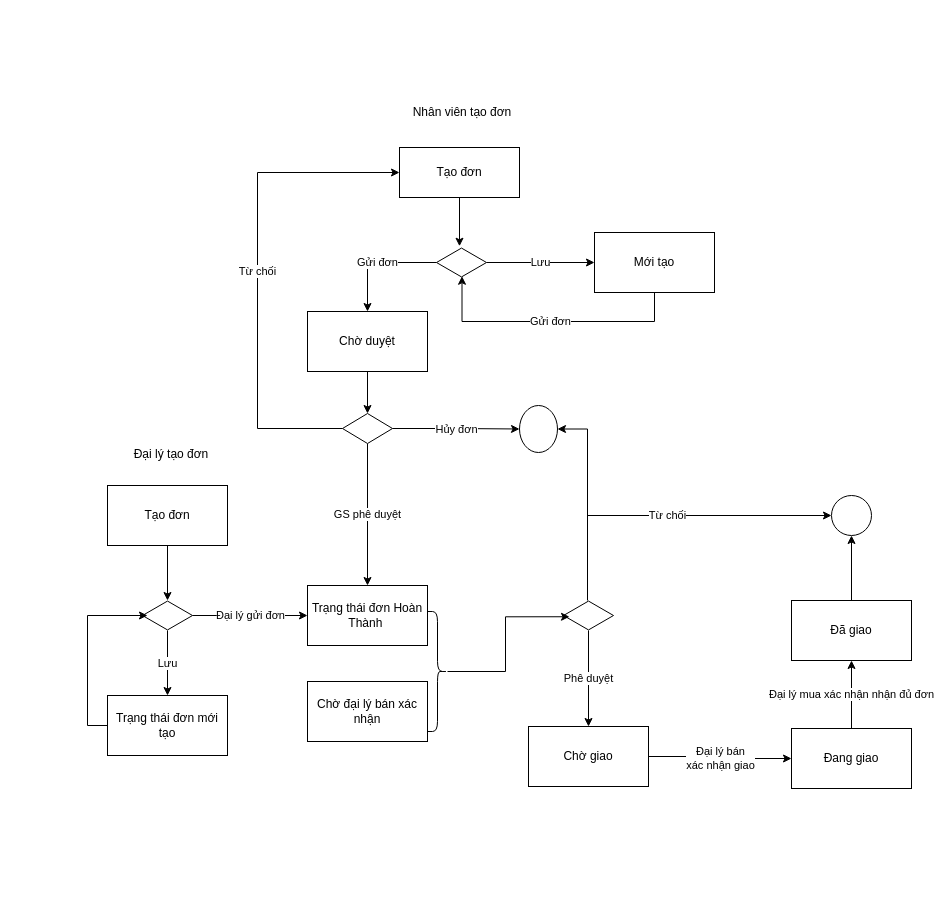
This is Biểu đồ không có tiêu đề.drawio from ThomNguyen0796/management, a draw.io file, before an edit. Source tidied: cells renumbered, new cells numbered last; positions are measured from the earlier drawing's top-left corner, leaving out a move shared by most shapes. Both pictures are drawn from the tidied source at 100%, with x=0, y=0 at pixel (87, 97).
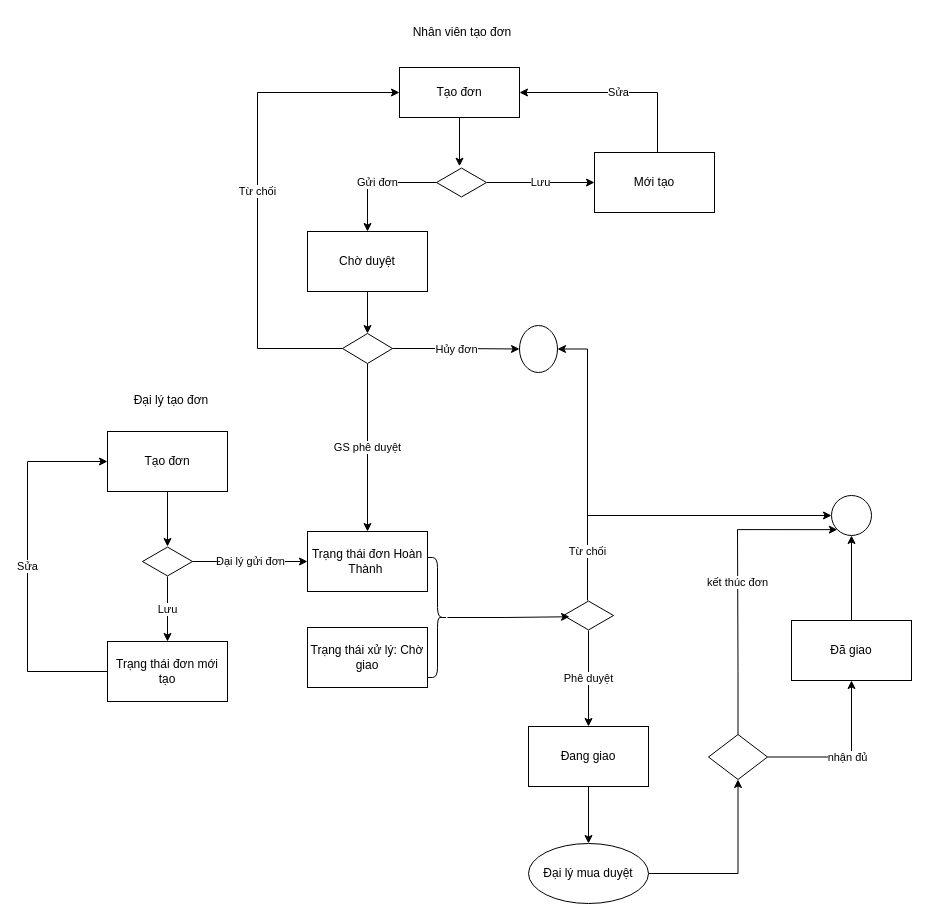
Above is the later version.

Commit message:
Cập nhật Biểu đồ không có tiêu đề.drawio

Unchanged cells that the change refers to:
```xml
<mxCell id="11" style="ellipse;whiteSpace=wrap;html=1;rounded=0;" parent="1" vertex="1">
  <mxGeometry x="744" y="398" width="40" height="40" as="geometry" />
</mxCell>
<mxCell id="20" style="html=1;whiteSpace=wrap;shape=isoRectangle;" parent="1" vertex="1">
  <mxGeometry x="476" y="503" width="50" height="30" as="geometry" />
</mxCell>
```

What changed in the source:
```diff
@@
     <mxCell id="3" value="Tạo đơn" style="rounded=0;whiteSpace=wrap;html=1;" parent="1" vertex="1">
-      <mxGeometry x="20" y="388" width="120" height="60" as="geometry" />
+      <mxGeometry x="20" y="334" width="120" height="60" as="geometry" />
     </mxCell>
     <mxCell id="4" value="Trạng thái đơn Hoàn Thành&amp;nbsp;" style="rounded=0;whiteSpace=wrap;html=1;" parent="1" vertex="1">
-      <mxGeometry x="220" y="488" width="120" height="60" as="geometry" />
+      <mxGeometry x="220" y="434" width="120" height="60" as="geometry" />
     </mxCell>
-    <mxCell id="5" value="Đại lý bán &lt;br&gt;xác nhận giao" style="edgeStyle=orthogonalEdgeStyle;rounded=0;jettySize=auto;html=1;" parent="1" edge="1" source="6" target="8">
-      <mxGeometry relative="1" as="geometry" />
-    </mxCell>
+    <mxCell id="40" style="edgeStyle=orthogonalEdgeStyle;rounded=0;jettySize=auto;html=1;" parent="1" edge="1" source="6" target="46">
+      <mxGeometry relative="1" as="geometry" />
+    </mxCell>
-    <mxCell id="6" value="Chờ giao" style="rounded=0;whiteSpace=wrap;html=1;" parent="1" vertex="1">
+    <mxCell id="6" value="Đang giao" style="rounded=0;whiteSpace=wrap;html=1;" parent="1" vertex="1">
       <mxGeometry x="441" y="629" width="120" height="60" as="geometry" />
     </mxCell>
-    <mxCell id="7" value="Đại lý mua xác nhận nhận đủ đơn" style="edgeStyle=orthogonalEdgeStyle;rounded=0;jettySize=auto;html=1;" parent="1" edge="1" source="8" target="10">
-      <mxGeometry relative="1" as="geometry" />
-    </mxCell>
-    <mxCell id="8" value="Đang giao" style="rounded=0;whiteSpace=wrap;html=1;" parent="1" vertex="1">
-      <mxGeometry x="704" y="631" width="120" height="60" as="geometry" />
-    </mxCell>
@@
     <mxCell id="10" value="Đã giao" style="whiteSpace=wrap;html=1;rounded=0;" parent="1" vertex="1">
-      <mxGeometry x="704" y="503" width="120" height="60" as="geometry" />
+      <mxGeometry x="704" y="523" width="120" height="60" as="geometry" />
     </mxCell>
@@
     <mxCell id="14" style="html=1;whiteSpace=wrap;shape=isoRectangle;" parent="1" vertex="1">
-      <mxGeometry x="55" y="503" width="50" height="30" as="geometry" />
+      <mxGeometry x="55" y="449" width="50" height="30" as="geometry" />
     </mxCell>
-    <mxCell id="15" style="edgeStyle=orthogonalEdgeStyle;rounded=0;jettySize=auto;html=1;entryX=0.1;entryY=0.5;entryDx=0;entryDy=0;entryPerimeter=0;exitX=0;exitY=0.5;exitDx=0;exitDy=0;" parent="1" edge="1" source="16" target="14">
+    <mxCell id="15" value="Sửa" style="edgeStyle=orthogonalEdgeStyle;rounded=0;jettySize=auto;html=1;entryX=0;entryY=0.5;entryDx=0;entryDy=0;exitX=0;exitY=0.5;exitDx=0;exitDy=0;" parent="1" edge="1" source="16" target="3">
       <mxGeometry relative="1" as="geometry">
         <Array as="points">
-          <mxPoint y="628" />
-          <mxPoint y="518" />
+          <mxPoint x="-60" y="574" />
+          <mxPoint x="-60" y="364" />
         </Array>
       </mxGeometry>
     </mxCell>
     <mxCell id="16" value="Trạng thái đơn mới tạo" style="whiteSpace=wrap;html=1;" parent="1" vertex="1">
-      <mxGeometry x="20" y="598" width="120" height="60" as="geometry" />
+      <mxGeometry x="20" y="544" width="120" height="60" as="geometry" />
     </mxCell>
@@
     <mxCell id="18" value="Từ chối" style="edgeStyle=orthogonalEdgeStyle;rounded=0;jettySize=auto;html=1;entryX=0;entryY=0.5;entryDx=0;entryDy=0;" parent="1" edge="1" source="20" target="11">
-      <mxGeometry relative="1" as="geometry">
+      <mxGeometry x="-0.7" relative="1" as="geometry">
         <Array as="points">
           <mxPoint x="500" y="418" />
         </Array>
       </mxGeometry>
     </mxCell>
     <mxCell id="19" style="edgeStyle=orthogonalEdgeStyle;rounded=0;jettySize=auto;html=1;entryX=1;entryY=0.5;entryDx=0;entryDy=0;" parent="1" edge="1" target="39">
       <mxGeometry relative="1" as="geometry">
         <mxPoint x="500" y="424" as="sourcePoint" />
         <Array as="points">
-          <mxPoint x="500" y="332" />
+          <mxPoint x="500" y="252" />
         </Array>
       </mxGeometry>
     </mxCell>
@@
     <mxCell id="21" value="Đại lý tạo đơn" style="text;html=1;strokeColor=none;fillColor=none;align=center;verticalAlign=middle;whiteSpace=wrap;rounded=0;" parent="1" vertex="1">
-      <mxGeometry x="29" y="342" width="110" height="30" as="geometry" />
+      <mxGeometry x="29" y="288" width="110" height="30" as="geometry" />
     </mxCell>
     <mxCell id="22" value="Nhân viên tạo đơn" style="text;html=1;strokeColor=none;fillColor=none;align=center;verticalAlign=middle;whiteSpace=wrap;rounded=0;" parent="1" vertex="1">
-      <mxGeometry x="320" width="110" height="30" as="geometry" />
+      <mxGeometry x="320" y="-80" width="110" height="30" as="geometry" />
     </mxCell>
@@
     <mxCell id="24" value="Tạo đơn" style="rounded=0;whiteSpace=wrap;html=1;" parent="1" vertex="1">
-      <mxGeometry x="312" y="50" width="120" height="50" as="geometry" />
+      <mxGeometry x="312" y="-30" width="120" height="50" as="geometry" />
     </mxCell>
@@
     <mxCell id="27" style="html=1;whiteSpace=wrap;shape=isoRectangle;" parent="1" vertex="1">
-      <mxGeometry x="349" y="150" width="50" height="30" as="geometry" />
+      <mxGeometry x="349" y="70" width="50" height="30" as="geometry" />
     </mxCell>
@@
     <mxCell id="29" value="Chờ duyệt" style="whiteSpace=wrap;html=1;" parent="1" vertex="1">
-      <mxGeometry x="220" y="214" width="120" height="60" as="geometry" />
+      <mxGeometry x="220" y="134" width="120" height="60" as="geometry" />
     </mxCell>
+    <mxCell id="41" value="Sửa" style="edgeStyle=orthogonalEdgeStyle;rounded=0;jettySize=auto;html=1;entryX=1;entryY=0.5;entryDx=0;entryDy=0;" parent="1" edge="1" source="30" target="24">
+      <mxGeometry relative="1" as="geometry">
+        <Array as="points">
+          <mxPoint x="570" y="-5" />
+        </Array>
+      </mxGeometry>
+    </mxCell>
     <mxCell id="30" value="Mới tạo" style="whiteSpace=wrap;html=1;" parent="1" vertex="1">
-      <mxGeometry x="507" y="135" width="120" height="60" as="geometry" />
+      <mxGeometry x="507" y="55" width="120" height="60" as="geometry" />
     </mxCell>
-    <mxCell id="31" value="Gửi đơn" style="edgeStyle=orthogonalEdgeStyle;rounded=0;jettySize=auto;html=1;entryX=0.51;entryY=0.958;entryDx=0;entryDy=0;entryPerimeter=0;exitX=0.5;exitY=1;exitDx=0;exitDy=0;" parent="1" edge="1" source="30" target="27">
-      <mxGeometry relative="1" as="geometry">
-        <Array as="points">
-          <mxPoint x="567" y="224" />
-          <mxPoint x="375" y="224" />
-        </Array>
-      </mxGeometry>
-    </mxCell>
@@
     <mxCell id="33" value="Từ chối" style="edgeStyle=orthogonalEdgeStyle;rounded=0;jettySize=auto;html=1;entryX=0;entryY=0.5;entryDx=0;entryDy=0;" parent="1" edge="1" source="35" target="24">
       <mxGeometry relative="1" as="geometry">
         <Array as="points">
-          <mxPoint x="170" y="331" />
-          <mxPoint x="170" y="75" />
+          <mxPoint x="170" y="251" />
+          <mxPoint x="170" y="-5" />
         </Array>
       </mxGeometry>
     </mxCell>
@@
     <mxCell id="35" style="rhombus;whiteSpace=wrap;html=1;" parent="1" vertex="1">
-      <mxGeometry x="255" y="316" width="50" height="30" as="geometry" />
+      <mxGeometry x="255" y="236" width="50" height="30" as="geometry" />
     </mxCell>
-    <mxCell id="36" value="Chờ đại lý bán xác nhận" style="rounded=0;whiteSpace=wrap;html=1;" parent="1" vertex="1">
-      <mxGeometry x="220" y="584" width="120" height="60" as="geometry" />
+    <mxCell id="36" value="Trạng thái xử lý: Chờ giao" style="rounded=0;whiteSpace=wrap;html=1;" parent="1" vertex="1">
+      <mxGeometry x="220" y="530" width="120" height="60" as="geometry" />
     </mxCell>
@@
     <mxCell id="38" style="shape=curlyBracket;whiteSpace=wrap;html=1;rounded=1;flipH=1;labelPosition=right;verticalLabelPosition=middle;align=left;verticalAlign=middle;size=0.5;" parent="1" vertex="1">
-      <mxGeometry x="340" y="514" width="20" height="120" as="geometry" />
+      <mxGeometry x="340" y="460" width="20" height="120" as="geometry" />
     </mxCell>
     <mxCell id="39" style="ellipse;whiteSpace=wrap;html=1;" parent="1" vertex="1">
-      <mxGeometry x="432" y="308" width="38" height="47" as="geometry" />
+      <mxGeometry x="432" y="228" width="38" height="47" as="geometry" />
     </mxCell>
+    <mxCell id="42" value="nhận đủ" style="edgeStyle=orthogonalEdgeStyle;rounded=0;jettySize=auto;html=1;entryX=0.5;entryY=1;entryDx=0;entryDy=0;" parent="1" edge="1" source="44" target="10">
+      <mxGeometry relative="1" as="geometry" />
+    </mxCell>
+    <mxCell id="43" value="kết thúc đơn" style="edgeStyle=orthogonalEdgeStyle;rounded=0;jettySize=auto;html=1;entryX=0;entryY=1;entryDx=0;entryDy=0;" parent="1" edge="1" source="44" target="11">
+      <mxGeometry relative="1" as="geometry">
+        <Array as="points">
+          <mxPoint x="651" y="574" />
+          <mxPoint x="650" y="432" />
+        </Array>
+      </mxGeometry>
+    </mxCell>
+    <mxCell id="44" style="rhombus;whiteSpace=wrap;html=1;rounded=0;" parent="1" vertex="1">
+      <mxGeometry x="621" y="637" width="59" height="45" as="geometry" />
+    </mxCell>
+    <mxCell id="45" style="edgeStyle=orthogonalEdgeStyle;rounded=0;jettySize=auto;html=1;entryX=0.5;entryY=1;entryDx=0;entryDy=0;" parent="1" edge="1" source="46" target="44">
+      <mxGeometry relative="1" as="geometry" />
+    </mxCell>
+    <mxCell id="46" value="Đại lý mua duyệt" style="ellipse;whiteSpace=wrap;html=1;rounded=0;" parent="1" vertex="1">
+      <mxGeometry x="441" y="746" width="120" height="60" as="geometry" />
+    </mxCell>
```
